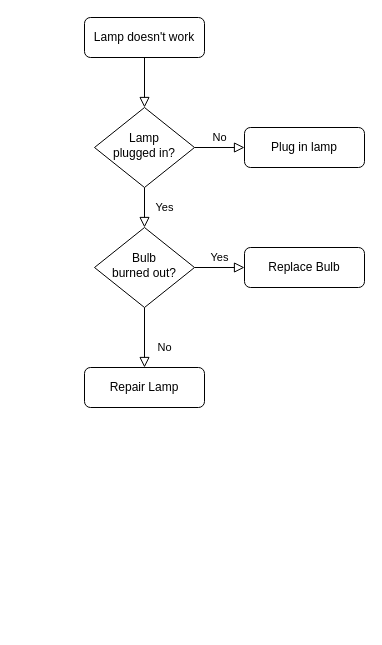
Earlier version of the draw.io diagram Untitled Diagram.drawio (woongseob12/school). Source tidied: cells renumbered, new cells numbered last; positions are measured from the earlier drawing's top-left corner, leaving out a move shared by most shapes. Both pictures are drawn from the tidied source at 100%, with x=0, y=0 at pixel (84, 17).
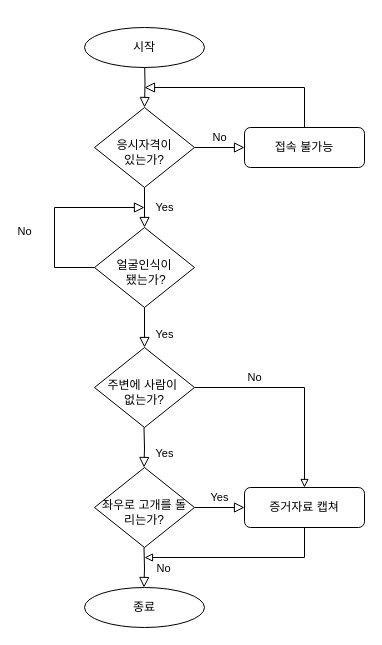
The same diagram, later.

Commit message:
졸작 설계도

Change to the diagram source:
```diff
@@
-    <mxCell id="2" style="rounded=0;html=1;jettySize=auto;fontSize=11;endArrow=block;endFill=0;endSize=8;strokeWidth=1;shadow=0;labelBackgroundColor=none;edgeStyle=orthogonalEdgeStyle;" parent="1" edge="1" source="3" target="6">
-      <mxGeometry relative="1" as="geometry" />
+    <mxCell id="2" style="rounded=0;html=1;jettySize=auto;fontSize=11;endArrow=block;endFill=0;endSize=8;strokeWidth=1;shadow=0;labelBackgroundColor=none;edgeStyle=orthogonalEdgeStyle;" parent="1" edge="1" target="6">
+      <mxGeometry relative="1" as="geometry">
+        <mxPoint x="60" y="40" as="sourcePoint" />
+      </mxGeometry>
     </mxCell>
-    <mxCell id="3" value="Lamp doesn't work" style="rounded=1;whiteSpace=wrap;html=1;fontSize=12;glass=0;strokeWidth=1;shadow=0;" parent="1" vertex="1">
-      <mxGeometry width="120" height="40" as="geometry" />
-    </mxCell>
@@
-    <mxCell id="6" value="Lamp&lt;br&gt;plugged in?" style="rhombus;whiteSpace=wrap;html=1;shadow=0;fontFamily=Helvetica;fontSize=12;align=center;strokeWidth=1;spacing=6;spacingTop=-4;" parent="1" vertex="1">
+    <mxCell id="6" value="&lt;br&gt;응시자격이 &lt;br&gt;있는가?" style="rhombus;whiteSpace=wrap;html=1;shadow=0;fontFamily=Helvetica;fontSize=12;align=center;strokeWidth=1;spacing=6;spacingTop=-4;" parent="1" vertex="1">
       <mxGeometry x="10" y="90" width="100" height="80" as="geometry" />
     </mxCell>
-    <mxCell id="7" value="Plug in lamp" style="rounded=1;whiteSpace=wrap;html=1;fontSize=12;glass=0;strokeWidth=1;shadow=0;" parent="1" vertex="1">
+    <mxCell id="7" value="접속 불가능" style="rounded=1;whiteSpace=wrap;html=1;fontSize=12;glass=0;strokeWidth=1;shadow=0;" parent="1" vertex="1">
       <mxGeometry x="160" y="110" width="120" height="40" as="geometry" />
     </mxCell>
+    <mxCell id="10" value="&lt;br&gt;얼굴인식이&lt;br&gt;&amp;nbsp;됐는가?" style="rhombus;whiteSpace=wrap;html=1;shadow=0;fontFamily=Helvetica;fontSize=12;align=center;strokeWidth=1;spacing=6;spacingTop=-4;" parent="1" vertex="1">
+      <mxGeometry x="10" y="210" width="100" height="80" as="geometry" />
+    </mxCell>
+    <mxCell id="13" value="&lt;br&gt;주변에 사람이&amp;nbsp;&lt;br&gt;없는가?" style="rhombus;whiteSpace=wrap;html=1;shadow=0;fontFamily=Helvetica;fontSize=12;align=center;strokeWidth=1;spacing=6;spacingTop=-4;" parent="1" vertex="1">
+      <mxGeometry x="10" y="330" width="100" height="80" as="geometry" />
+    </mxCell>
+    <mxCell id="14" value="Yes" style="rounded=0;html=1;jettySize=auto;fontSize=11;endArrow=block;endFill=0;endSize=8;strokeWidth=1;shadow=0;labelBackgroundColor=none;edgeStyle=orthogonalEdgeStyle;" parent="1" edge="1" source="10" target="13">
+      <mxGeometry x="0.33" y="20" relative="1" as="geometry" />
+    </mxCell>
+    <mxCell id="15" value="No" style="edgeStyle=orthogonalEdgeStyle;rounded=0;html=1;jettySize=auto;fontSize=11;endArrow=block;endFill=0;strokeWidth=1;shadow=0;labelBackgroundColor=none;exitX=1;exitY=0.5;exitDx=0;exitDy=0;entryX=0.5;entryY=0;entryDx=0;entryDy=0;" parent="1" edge="1" source="13" target="20">
+      <mxGeometry x="-0.43" y="10" relative="1" as="geometry" />
+    </mxCell>
+    <mxCell id="16" value="&lt;br&gt;좌우로 고개를 돌리는가?" style="rhombus;whiteSpace=wrap;html=1;shadow=0;fontFamily=Helvetica;fontSize=12;align=center;strokeWidth=1;spacing=6;spacingTop=-4;" parent="1" vertex="1">
+      <mxGeometry x="10" y="450" width="100" height="80" as="geometry" />
+    </mxCell>
+    <mxCell id="17" value="Yes" style="rounded=0;html=1;jettySize=auto;orthogonalLoop=1;fontSize=11;endArrow=block;endFill=0;endSize=8;strokeWidth=1;shadow=0;labelBackgroundColor=none;edgeStyle=orthogonalEdgeStyle;" parent="1" edge="1">
+      <mxGeometry x="0.33" y="20" relative="1" as="geometry">
+        <mxPoint x="59.5" y="410" as="sourcePoint" />
+        <mxPoint x="59.5" y="450" as="targetPoint" />
+      </mxGeometry>
+    </mxCell>
-    <mxCell id="8" value="No" style="rounded=0;html=1;jettySize=auto;fontSize=11;endArrow=block;endFill=0;endSize=8;strokeWidth=1;shadow=0;labelBackgroundColor=none;edgeStyle=orthogonalEdgeStyle;" parent="1" edge="1" source="10" target="11">
-      <mxGeometry x="0.33" y="20" relative="1" as="geometry" />
+    <mxCell id="8" value="No" style="rounded=0;html=1;jettySize=auto;orthogonalLoop=1;fontSize=11;endArrow=block;endFill=0;endSize=8;strokeWidth=1;shadow=0;labelBackgroundColor=none;edgeStyle=orthogonalEdgeStyle;" parent="1" edge="1">
+      <mxGeometry y="-19" relative="1" as="geometry">
+        <mxPoint x="59.5" y="530" as="sourcePoint" />
+        <mxPoint x="59.5" y="570" as="targetPoint" />
+      </mxGeometry>
     </mxCell>
-    <mxCell id="9" value="Yes" style="edgeStyle=orthogonalEdgeStyle;rounded=0;html=1;jettySize=auto;fontSize=11;endArrow=block;endFill=0;endSize=8;strokeWidth=1;shadow=0;labelBackgroundColor=none;" parent="1" edge="1" source="10" target="12">
-      <mxGeometry y="10" relative="1" as="geometry" />
-    </mxCell>
-    <mxCell id="10" value="Bulb&lt;br&gt;burned out?" style="rhombus;whiteSpace=wrap;html=1;shadow=0;fontFamily=Helvetica;fontSize=12;align=center;strokeWidth=1;spacing=6;spacingTop=-4;" parent="1" vertex="1">
-      <mxGeometry x="10" y="210" width="100" height="80" as="geometry" />
-    </mxCell>
-    <mxCell id="11" value="Repair Lamp" style="rounded=1;whiteSpace=wrap;html=1;fontSize=12;glass=0;strokeWidth=1;shadow=0;" parent="1" vertex="1">
-      <mxGeometry y="350" width="120" height="40" as="geometry" />
-    </mxCell>
-    <mxCell id="12" value="Replace Bulb" style="rounded=1;whiteSpace=wrap;html=1;fontSize=12;glass=0;strokeWidth=1;shadow=0;" parent="1" vertex="1">
-      <mxGeometry x="160" y="230" width="120" height="40" as="geometry" />
-    </mxCell>
+    <mxCell id="18" value="시작" style="ellipse;whiteSpace=wrap;html=1;" parent="1" vertex="1">
+      <mxGeometry y="10" width="120" height="40" as="geometry" />
+    </mxCell>
+    <mxCell id="19" value="종료" style="ellipse;whiteSpace=wrap;html=1;" parent="1" vertex="1">
+      <mxGeometry y="570" width="120" height="40" as="geometry" />
+    </mxCell>
+    <mxCell id="20" value="증거자료 캡쳐" style="rounded=1;whiteSpace=wrap;html=1;fontSize=12;glass=0;strokeWidth=1;shadow=0;" parent="1" vertex="1">
+      <mxGeometry x="160" y="470" width="120" height="40" as="geometry" />
+    </mxCell>
+    <mxCell id="21" value="Yes" style="edgeStyle=orthogonalEdgeStyle;rounded=0;html=1;jettySize=auto;orthogonalLoop=1;fontSize=11;endArrow=block;endFill=0;endSize=8;strokeWidth=1;shadow=0;labelBackgroundColor=none;exitX=1;exitY=0.5;exitDx=0;exitDy=0;" parent="1" edge="1">
+      <mxGeometry y="10" relative="1" as="geometry">
+        <mxPoint x="110" y="490" as="sourcePoint" />
+        <mxPoint x="160" y="490" as="targetPoint" />
+      </mxGeometry>
+    </mxCell>
+    <mxCell id="22" value="No" style="edgeStyle=orthogonalEdgeStyle;rounded=0;html=1;jettySize=auto;fontSize=11;endArrow=block;endFill=0;endSize=8;strokeWidth=1;shadow=0;labelBackgroundColor=none;exitX=0;exitY=0.5;exitDx=0;exitDy=0;" parent="1" edge="1" source="10">
+      <mxGeometry x="-0.2" y="30" relative="1" as="geometry">
+        <mxPoint x="60" y="190" as="targetPoint" />
+        <Array as="points">
+          <mxPoint x="-30" y="250" />
+          <mxPoint x="-30" y="190" />
+        </Array>
+      </mxGeometry>
+    </mxCell>
+    <mxCell id="23" style="edgeStyle=orthogonalEdgeStyle;rounded=0;html=1;jettySize=auto;fontSize=11;endArrow=block;endFill=0;strokeWidth=1;shadow=0;labelBackgroundColor=none;exitX=0.5;exitY=1;exitDx=0;exitDy=0;" parent="1" edge="1" source="20">
+      <mxGeometry x="-0.8" y="60" relative="1" as="geometry">
+        <mxPoint x="60" y="540" as="targetPoint" />
+        <Array as="points">
+          <mxPoint x="220" y="540" />
+        </Array>
+      </mxGeometry>
+    </mxCell>
+    <mxCell id="24" style="edgeStyle=orthogonalEdgeStyle;rounded=0;html=1;jettySize=auto;fontSize=11;endArrow=block;endFill=0;endSize=8;strokeWidth=1;shadow=0;labelBackgroundColor=none;exitX=0.5;exitY=0;exitDx=0;exitDy=0;" parent="1" edge="1" source="7">
+      <mxGeometry x="-0.2" y="10" relative="1" as="geometry">
+        <mxPoint x="60" y="70" as="targetPoint" />
+        <Array as="points">
+          <mxPoint x="220" y="70" />
+          <mxPoint x="60" y="70" />
+        </Array>
+      </mxGeometry>
+    </mxCell>
```
